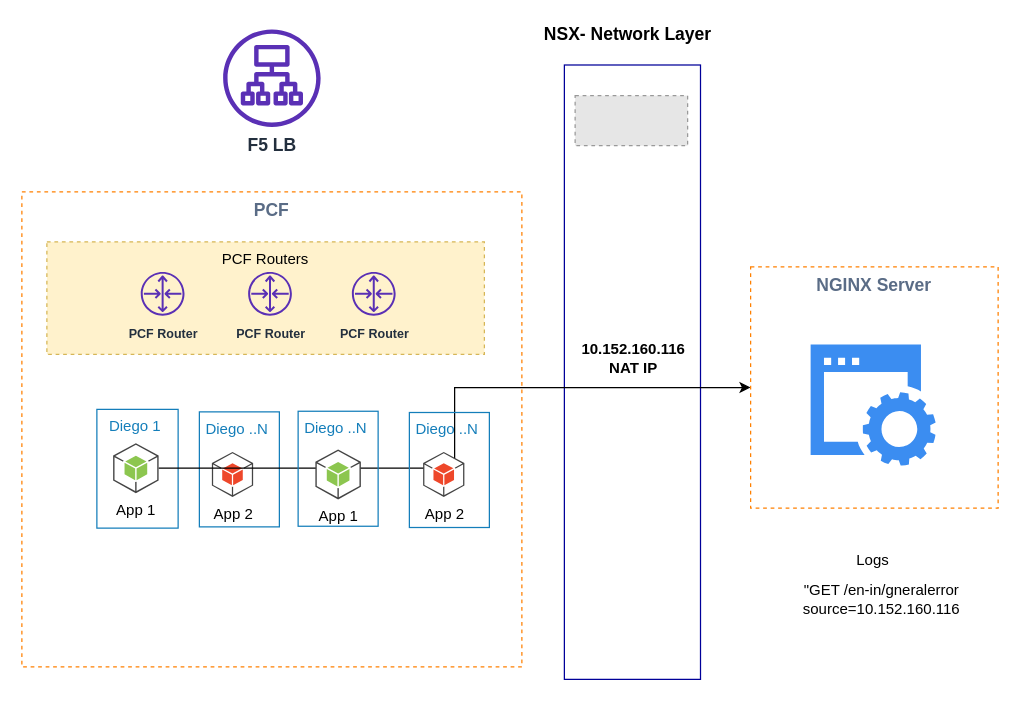
rama78/drawio keeps this draw.io diagram as PCF_VM_TICKET.drawio. Above is the earlier version. Source tidied: cells renumbered, new cells numbered last; positions are measured from the earlier drawing's top-left corner, leaving out a move shared by most shapes. Both pictures are drawn from the tidied source at 125%, with x=0, y=0 at pixel (21, 21). Pictures stored in the file or linked from it are replaced by grey dashed boxes.
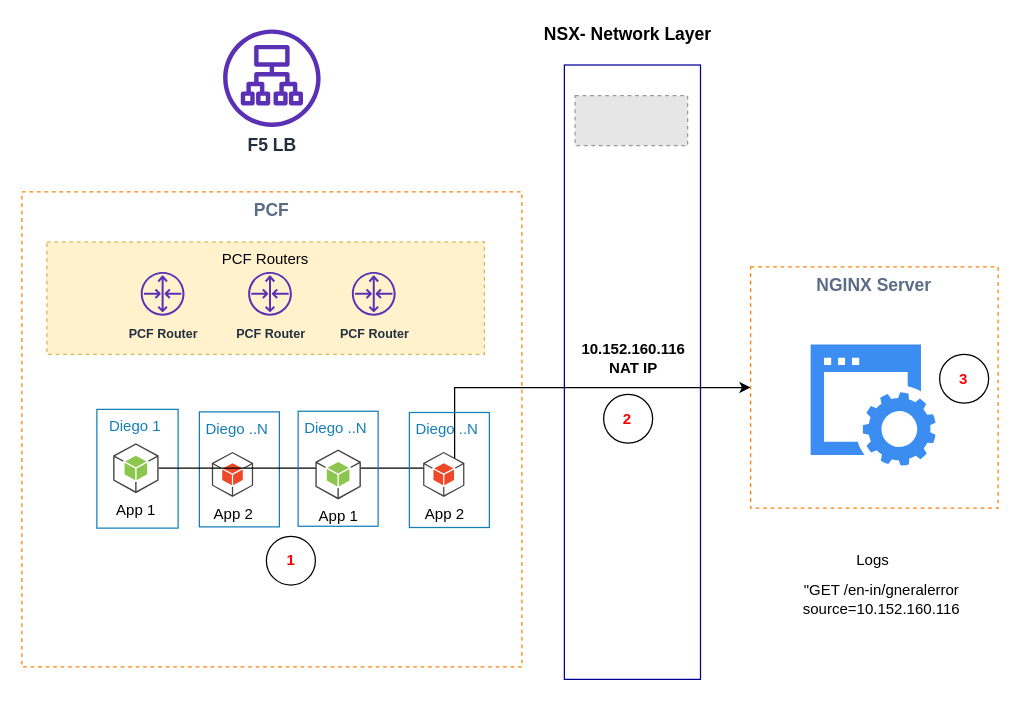
The same diagram, later.

Change to the diagram source:
```diff
@@
+    <mxCell id="25" value="&lt;b&gt;&lt;font color=&quot;#ff0000&quot;&gt;1&lt;/font&gt;&lt;/b&gt;" style="ellipse;whiteSpace=wrap;html=1;fontSize=12;" parent="1" vertex="1">
+      <mxGeometry x="195.6" y="411.5" width="39.2" height="39" as="geometry" />
+    </mxCell>
+    <mxCell id="26" value="&lt;b&gt;&lt;font color=&quot;#ff0000&quot;&gt;2&lt;/font&gt;&lt;/b&gt;" style="ellipse;whiteSpace=wrap;html=1;fontSize=12;" parent="1" vertex="1">
+      <mxGeometry x="465.4" y="298" width="39.2" height="39" as="geometry" />
+    </mxCell>
+    <mxCell id="27" value="&lt;b&gt;&lt;font color=&quot;#ff0000&quot;&gt;3&lt;/font&gt;&lt;/b&gt;" style="ellipse;whiteSpace=wrap;html=1;fontSize=12;" parent="1" vertex="1">
+      <mxGeometry x="734.2" y="266" width="39.2" height="39" as="geometry" />
+    </mxCell>
```
